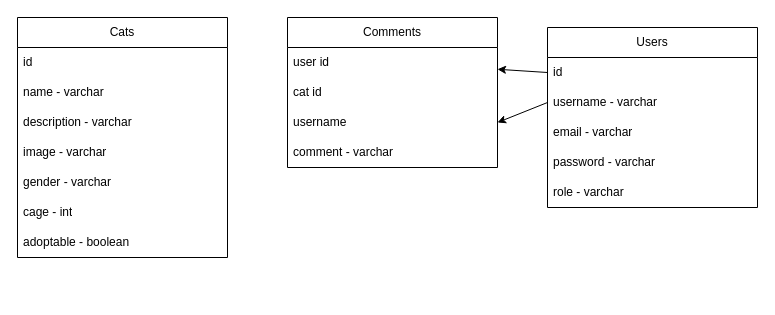
Before: data.drawio in zyteo/TheShelterPeople, a draw.io diagram. Source tidied: cells renumbered, new cells numbered last; positions are measured from the earlier drawing's top-left corner, leaving out a move shared by most shapes. Both pictures are drawn from the tidied source at 100%, with x=0, y=0 at pixel (17, 17).
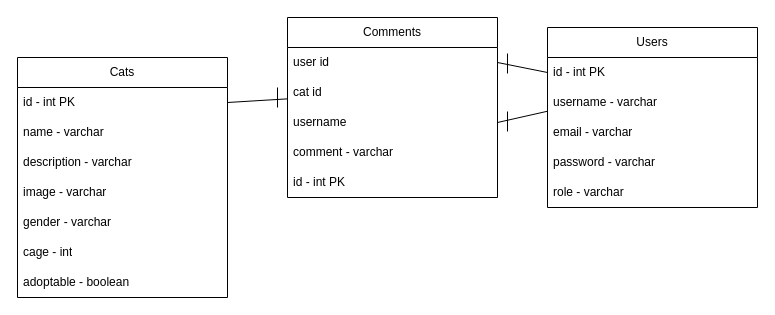
Above is the later version.

Unchanged cells that the change refers to:
```xml
<mxCell id="10" value="Users" style="swimlane;fontStyle=0;horizontal=1;startSize=30;whiteSpace=wrap;html=1;" parent="1" vertex="1">
  <mxGeometry x="530" y="10" width="210" height="180" as="geometry" />
</mxCell>
<mxCell id="12" value="username - varchar" style="text;strokeColor=none;fillColor=none;align=left;verticalAlign=middle;spacingLeft=4;spacingRight=4;overflow=hidden;points=[[0,0.5],[1,0.5]];portConstraint=eastwest;whiteSpace=wrap;html=1;" parent="10" vertex="1">
  <mxGeometry y="60" width="210" height="30" as="geometry" />
</mxCell>
<mxCell id="17" value="user id" style="text;strokeColor=none;fillColor=none;align=left;verticalAlign=middle;spacingLeft=4;spacingRight=4;overflow=hidden;points=[[0,0.5],[1,0.5]];portConstraint=eastwest;whiteSpace=wrap;html=1;" parent="16" vertex="1">
  <mxGeometry y="30" width="210" height="30" as="geometry" />
</mxCell>
<mxCell id="18" value="cat id" style="text;strokeColor=none;fillColor=none;align=left;verticalAlign=middle;spacingLeft=4;spacingRight=4;overflow=hidden;points=[[0,0.5],[1,0.5]];portConstraint=eastwest;whiteSpace=wrap;html=1;" parent="16" vertex="1">
  <mxGeometry y="60" width="210" height="30" as="geometry" />
</mxCell>
<mxCell id="19" value="username" style="text;strokeColor=none;fillColor=none;align=left;verticalAlign=middle;spacingLeft=4;spacingRight=4;overflow=hidden;points=[[0,0.5],[1,0.5]];portConstraint=eastwest;whiteSpace=wrap;html=1;" parent="16" vertex="1">
  <mxGeometry y="90" width="210" height="30" as="geometry" />
</mxCell>
```

Diff of the diagram source:
```diff
@@
     <mxCell id="2" value="Cats" style="swimlane;fontStyle=0;horizontal=1;startSize=30;whiteSpace=wrap;html=1;" parent="1" vertex="1">
-      <mxGeometry width="210" height="240" as="geometry" />
+      <mxGeometry y="40" width="210" height="240" as="geometry" />
     </mxCell>
-    <mxCell id="3" value="id" style="text;strokeColor=none;fillColor=none;align=left;verticalAlign=middle;spacingLeft=4;spacingRight=4;overflow=hidden;points=[[0,0.5],[1,0.5]];portConstraint=eastwest;whiteSpace=wrap;html=1;" parent="2" vertex="1">
+    <mxCell id="3" value="id - int PK" style="text;strokeColor=none;fillColor=none;align=left;verticalAlign=middle;spacingLeft=4;spacingRight=4;overflow=hidden;points=[[0,0.5],[1,0.5]];portConstraint=eastwest;whiteSpace=wrap;html=1;" parent="2" vertex="1">
       <mxGeometry y="30" width="210" height="30" as="geometry" />
     </mxCell>
@@
-    <mxCell id="11" value="id" style="text;strokeColor=none;fillColor=none;align=left;verticalAlign=middle;spacingLeft=4;spacingRight=4;overflow=hidden;points=[[0,0.5],[1,0.5]];portConstraint=eastwest;whiteSpace=wrap;html=1;" parent="10" vertex="1">
+    <mxCell id="11" value="id - int PK" style="text;strokeColor=none;fillColor=none;align=left;verticalAlign=middle;spacingLeft=4;spacingRight=4;overflow=hidden;points=[[0,0.5],[1,0.5]];portConstraint=eastwest;whiteSpace=wrap;html=1;" parent="10" vertex="1">
       <mxGeometry y="30" width="210" height="30" as="geometry" />
     </mxCell>
@@
     <mxCell id="16" value="Comments" style="swimlane;fontStyle=0;horizontal=1;startSize=30;whiteSpace=wrap;html=1;" parent="1" vertex="1">
-      <mxGeometry x="270" width="210" height="150" as="geometry" />
+      <mxGeometry x="270" width="210" height="180" as="geometry" />
     </mxCell>
@@
-    <mxCell id="21" style="edgeStyle=none;html=1;exitX=0;exitY=0.5;exitDx=0;exitDy=0;" parent="1" edge="1" source="11" target="17">
-      <mxGeometry relative="1" as="geometry" />
-    </mxCell>
-    <mxCell id="22" style="edgeStyle=none;html=1;exitX=0;exitY=0.5;exitDx=0;exitDy=0;entryX=1;entryY=0.5;entryDx=0;entryDy=0;" parent="1" edge="1" source="12" target="19">
-      <mxGeometry relative="1" as="geometry" />
-    </mxCell>
+    <mxCell id="23" value="id - int PK" style="text;strokeColor=none;fillColor=none;align=left;verticalAlign=middle;spacingLeft=4;spacingRight=4;overflow=hidden;whiteSpace=wrap;html=1;" parent="16" vertex="1">
+      <mxGeometry y="150" width="210" height="30" as="geometry" />
+    </mxCell>
+    <mxCell id="24" style="endArrow=none;html=1;strokeWidth=1;exitX=1;exitY=0.5;exitDx=0;exitDy=0;" parent="1" edge="1" source="3" target="18">
+      <mxGeometry relative="1" as="geometry" />
+    </mxCell>
+    <mxCell id="25" style="endArrow=none;html=1;strokeWidth=1;" parent="1" edge="1">
+      <mxGeometry relative="1" as="geometry">
+        <mxPoint x="260" y="70" as="sourcePoint" />
+        <mxPoint x="260" y="90" as="targetPoint" />
+      </mxGeometry>
+    </mxCell>
+    <mxCell id="26" style="endArrow=none;html=1;strokeWidth=1;exitX=1;exitY=0.5;exitDx=0;exitDy=0;entryX=0;entryY=0.5;entryDx=0;entryDy=0;" parent="1" edge="1" source="17" target="11">
+      <mxGeometry relative="1" as="geometry" />
+    </mxCell>
+    <mxCell id="27" style="endArrow=none;html=1;strokeWidth=1;exitX=1;exitY=0.5;exitDx=0;exitDy=0;entryX=-0.001;entryY=0.793;entryDx=0;entryDy=0;entryPerimeter=0;" parent="1" edge="1" source="19" target="12">
+      <mxGeometry relative="1" as="geometry" />
+    </mxCell>
+    <mxCell id="28" style="endArrow=none;html=1;strokeWidth=1;" parent="1" edge="1">
+      <mxGeometry relative="1" as="geometry">
+        <mxPoint x="490" y="94" as="sourcePoint" />
+        <mxPoint x="490" y="114" as="targetPoint" />
+      </mxGeometry>
+    </mxCell>
+    <mxCell id="29" style="endArrow=none;html=1;strokeWidth=1;" parent="1" edge="1">
+      <mxGeometry relative="1" as="geometry">
+        <mxPoint x="490" y="36" as="sourcePoint" />
+        <mxPoint x="490" y="56" as="targetPoint" />
+      </mxGeometry>
+    </mxCell>
```
